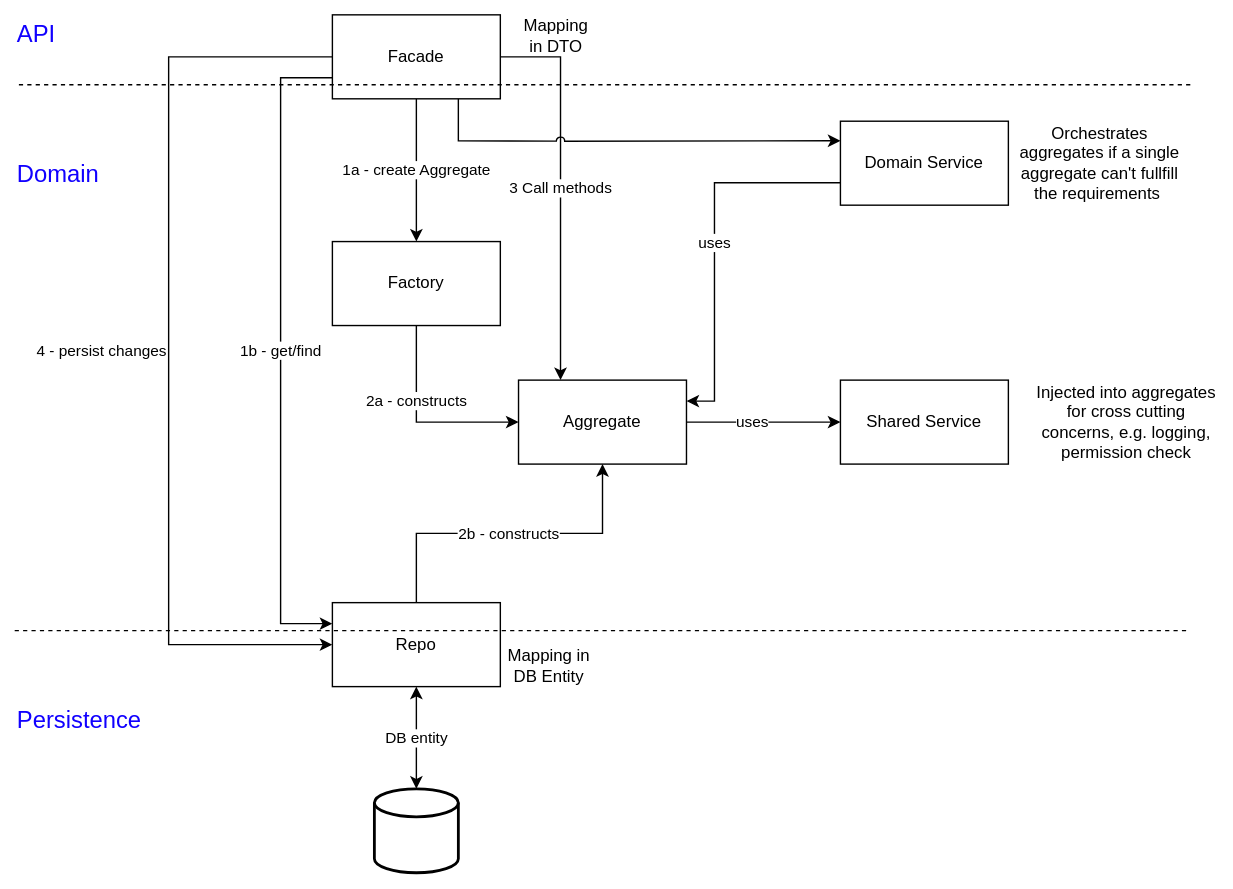
dBildungsplattform/dbildungs-iam-server keeps this draw.io diagram as docs/img/class-structure.v2.svg. Above is the earlier version. Source tidied: cells renumbered, new cells last; positions are measured from the earlier drawing's top-left corner, leaving out a move shared by most shapes.
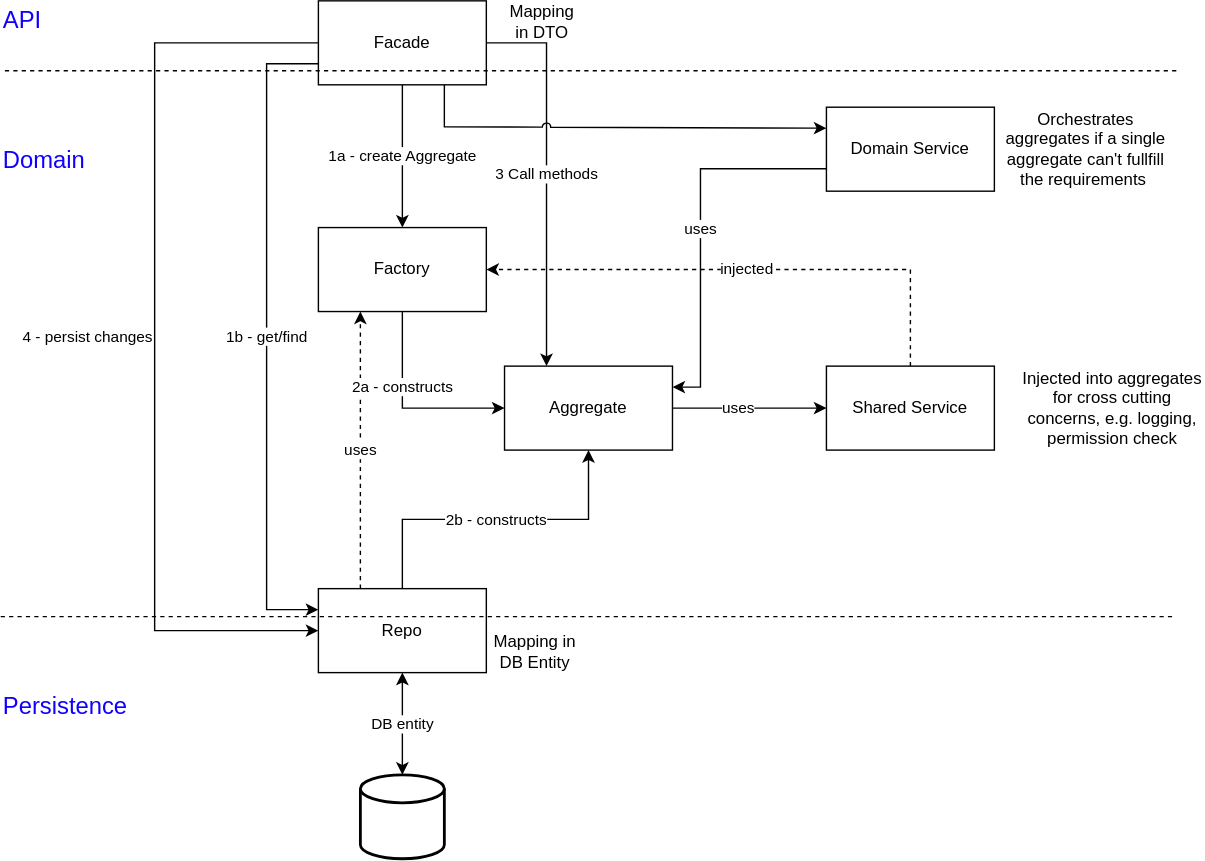
Later version of the same file.

Diff of the diagram source:
```diff
@@ -47,6 +47,9 @@
     <mxCell id="11" value="DB entity" style="edgeStyle=orthogonalEdgeStyle;rounded=0;jettySize=auto;html=1;startArrow=classic;startFill=1;" parent="1" edge="1" source="12" target="16">
       <mxGeometry relative="1" as="geometry" />
     </mxCell>
+    <mxCell id="28" value="uses" style="edgeStyle=orthogonalEdgeStyle;rounded=0;jettySize=auto;html=1;entryX=0.25;entryY=1;entryDx=0;entryDy=0;exitX=0.25;exitY=0;exitDx=0;exitDy=0;dashed=1;" parent="1" edge="1" source="12" target="26">
+      <mxGeometry relative="1" as="geometry" />
+    </mxCell>
     <mxCell id="12" value="Repo" style="rounded=0;whiteSpace=wrap;html=1;" parent="1" vertex="1">
       <mxGeometry x="227" y="420" width="120" height="60" as="geometry" />
     </mxCell>
@@ -61,6 +64,9 @@
     <mxCell id="14" value="Domain Service" style="rounded=0;whiteSpace=wrap;html=1;" parent="1" vertex="1">
       <mxGeometry x="590" y="76" width="120" height="60" as="geometry" />
     </mxCell>
+    <mxCell id="29" value="injected" style="edgeStyle=orthogonalEdgeStyle;rounded=0;jettySize=auto;html=1;exitX=0.5;exitY=0;exitDx=0;exitDy=0;entryX=1;entryY=0.5;entryDx=0;entryDy=0;dashed=1;" parent="1" edge="1" source="15" target="26">
+      <mxGeometry relative="1" as="geometry" />
+    </mxCell>
     <mxCell id="15" value="Shared Service" style="rounded=0;whiteSpace=wrap;html=1;" parent="1" vertex="1">
       <mxGeometry x="590" y="261" width="120" height="60" as="geometry" />
     </mxCell>
```
